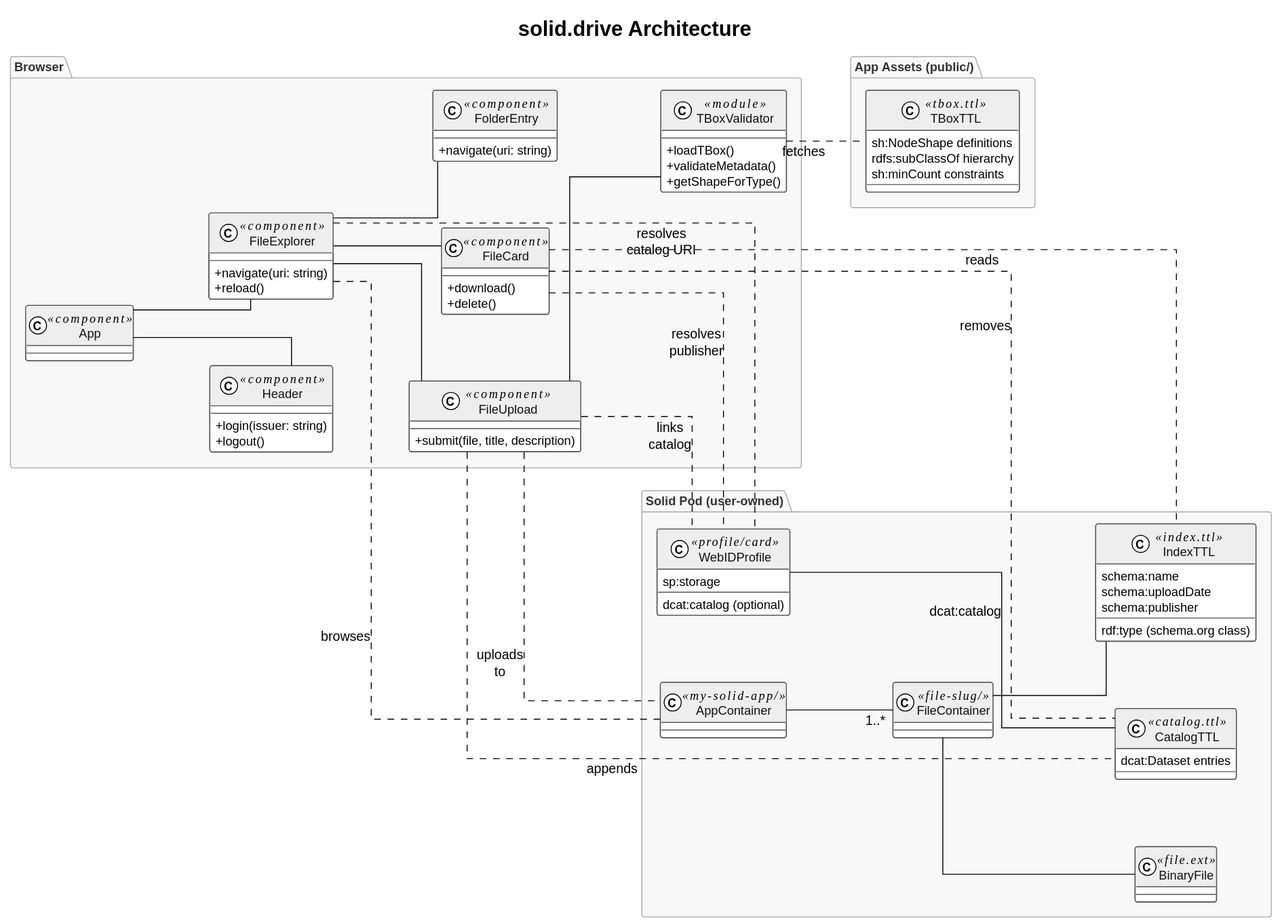
Earlier version of the PlantUML export docs/architecture.svg (WSE-research/Solid.Drive). Source of this version:
```plantuml
@startuml
title solid.drive Architecture

!theme plain
skinparam defaultFontName sans-serif
skinparam defaultFontSize 13
skinparam classAttributeIconSize 0
skinparam backgroundColor White
skinparam linetype ortho

skinparam class {
  BackgroundColor White
  BorderColor #555555
  FontColor #111111
  HeaderBackgroundColor #EEEEEE
}

skinparam package {
  BackgroundColor #F8F8F8
  BorderColor #AAAAAA
  FontColor #333333
  FontStyle Bold
}

skinparam arrow {
  Margin 15
  FontSize 14
}

skinparam label {
  BackgroundColor White
  FontSize 14
}

skinparam nodesep 70
skinparam ranksep 80

skinparam linetype ortho

left to right direction

package "Browser" {

  class App <<component>>

  class Header <<component>> {
    +login(issuer: string)
    +logout()
  }

  class FileExplorer <<component>> {
    +navigate(uri: string)
    +reload()
  }

  class FileUpload <<component>> {
    +submit(file, title, description)
  }

  class TBoxValidator <<module>> {
    +loadTBox()
    +validateMetadata()
    +getShapeForType()
  }

  class FileCard <<component>> {
    +download()
    +delete()
  }

  class FolderEntry <<component>> {
    +navigate(uri: string)
  }

  App -- Header
  App -- FileExplorer
  FileExplorer -- FileUpload
  FileExplorer -- FileCard
  FileExplorer -- FolderEntry
  FileUpload -- TBoxValidator
}

package "App Assets (public/)" {
  class TBoxTTL <<tbox.ttl>> {
    sh:NodeShape definitions
    rdfs:subClassOf hierarchy
    sh:minCount constraints
  }
}

package "Solid Pod (user-owned)" {

  class CatalogTTL <<catalog.ttl>> {
    dcat:Dataset entries
  }

  class AppContainer <<my-solid-app/>>

  class FileContainer <<file-slug/>>

  class IndexTTL <<index.ttl>> {
    rdf:type (schema.org class)
    schema:name
    schema:uploadDate
    schema:publisher
  }

  class BinaryFile <<file.ext>>

  class WebIDProfile <<profile/card>> {
    sp:storage
    dcat:catalog (optional)
  }
}
  AppContainer -- "1..*" FileContainer
  FileContainer -- IndexTTL
  FileContainer -- BinaryFile
  WebIDProfile --- CatalogTTL : dcat:catalog

TBoxValidator .. TBoxTTL        : fetches

FileUpload .. CatalogTTL        : appends
FileUpload .. AppContainer      : uploads\nto
FileUpload .. WebIDProfile      : links\ncatalog

FileCard .. IndexTTL            : reads
FileCard .. CatalogTTL          : removes
FileCard .down. WebIDProfile   : resolves\npublisher

FileExplorer .. AppContainer    : browses
FileExplorer .down. WebIDProfile    : resolves\ncatalog URI
@enduml
```
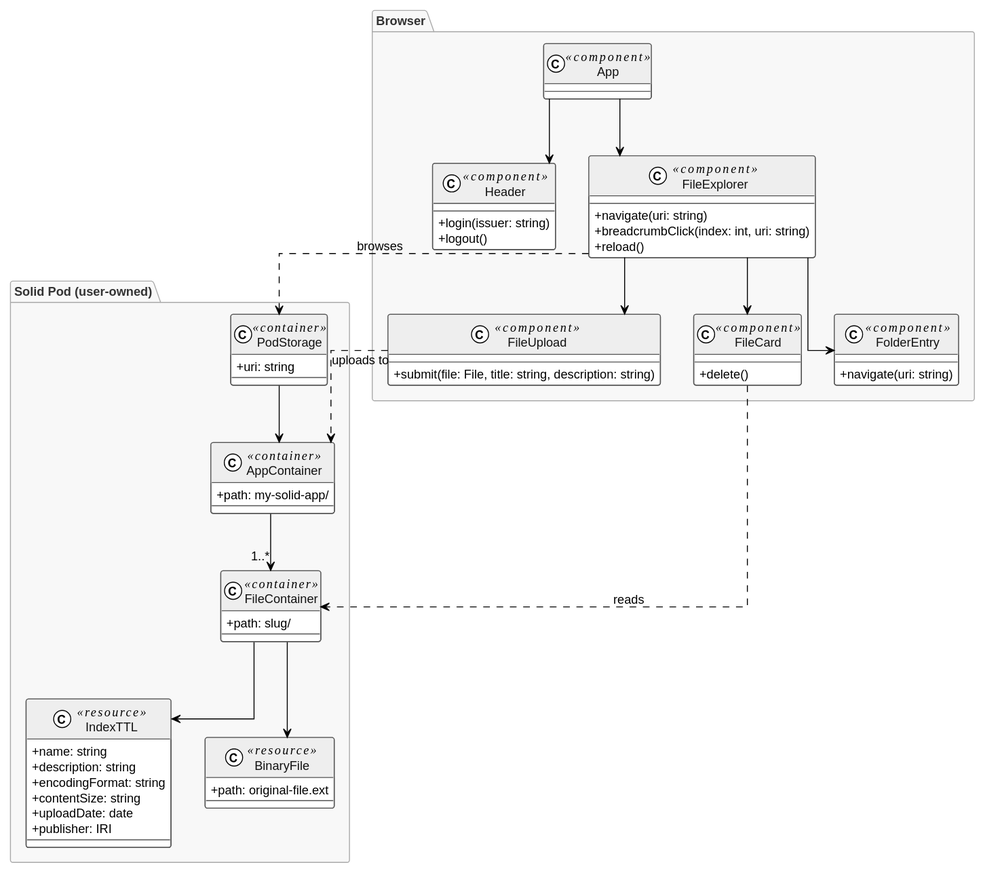
After the commit.

The edit, as a diff of the source:
```diff
@@ -1,12 +1,9 @@
 @startuml
-title solid.drive Architecture
-
 !theme plain
 skinparam defaultFontName sans-serif
 skinparam defaultFontSize 13
+skinparam linetype ortho
 skinparam classAttributeIconSize 0
-skinparam backgroundColor White
-skinparam linetype ortho
 
 skinparam class {
   BackgroundColor White
@@ -22,26 +19,15 @@
   FontStyle Bold
 }
 
-skinparam arrow {
-  Margin 15
-  FontSize 14
+skinparam note {
+  BackgroundColor #FFFFF0
+  BorderColor #AAAAAA
 }
-
-skinparam label {
-  BackgroundColor White
-  FontSize 14
-}
-
-skinparam nodesep 70
-skinparam ranksep 80
-
-skinparam linetype ortho
-
-left to right direction
 
 package "Browser" {
 
-  class App <<component>>
+  class App <<component>> {
+  }
 
   class Header <<component>> {
     +login(issuer: string)
@@ -50,21 +36,15 @@
 
   class FileExplorer <<component>> {
     +navigate(uri: string)
+    +breadcrumbClick(index: int, uri: string)
     +reload()
   }
 
   class FileUpload <<component>> {
-    +submit(file, title, description)
-  }
-
-  class TBoxValidator <<module>> {
-    +loadTBox()
-    +validateMetadata()
-    +getShapeForType()
+    +submit(file: File, title: string, description: string)
   }
 
   class FileCard <<component>> {
-    +download()
     +delete()
   }
 
@@ -72,61 +52,47 @@
     +navigate(uri: string)
   }
 
-  App -- Header
-  App -- FileExplorer
-  FileExplorer -- FileUpload
-  FileExplorer -- FileCard
-  FileExplorer -- FolderEntry
-  FileUpload -- TBoxValidator
-}
-
-package "App Assets (public/)" {
-  class TBoxTTL <<tbox.ttl>> {
-    sh:NodeShape definitions
-    rdfs:subClassOf hierarchy
-    sh:minCount constraints
-  }
+  App --> Header
+  App --> FileExplorer
+  FileExplorer --> FileUpload
+  FileExplorer --> FileCard
+  FileExplorer --> FolderEntry
 }
 
 package "Solid Pod (user-owned)" {
 
-  class CatalogTTL <<catalog.ttl>> {
-    dcat:Dataset entries
+  class PodStorage <<container>> {
+    +uri: string
   }
 
-  class AppContainer <<my-solid-app/>>
-
-  class FileContainer <<file-slug/>>
-
-  class IndexTTL <<index.ttl>> {
-    rdf:type (schema.org class)
-    schema:name
-    schema:uploadDate
-    schema:publisher
+  class AppContainer <<container>> {
+    +path: my-solid-app/
   }
 
-  class BinaryFile <<file.ext>>
+  class FileContainer <<container>> {
+    +path: slug/
+  }
 
-  class WebIDProfile <<profile/card>> {
-    sp:storage
-    dcat:catalog (optional)
+  class IndexTTL <<resource>> {
+    +name: string
+    +description: string
+    +encodingFormat: string
+    +contentSize: string
+    +uploadDate: date
+    +publisher: IRI
   }
+
+  class BinaryFile <<resource>> {
+    +path: original-file.ext
+  }
+
+  PodStorage --> AppContainer
+  AppContainer --> "1..*" FileContainer
+  FileContainer --> IndexTTL
+  FileContainer --> BinaryFile
 }
-  AppContainer -- "1..*" FileContainer
-  FileContainer -- IndexTTL
-  FileContainer -- BinaryFile
-  WebIDProfile --- CatalogTTL : dcat:catalog
 
-TBoxValidator .. TBoxTTL        : fetches
-
-FileUpload .. CatalogTTL        : appends
-FileUpload .. AppContainer      : uploads\nto
-FileUpload .. WebIDProfile      : links\ncatalog
-
-FileCard .. IndexTTL            : reads
-FileCard .. CatalogTTL          : removes
-FileCard .down. WebIDProfile   : resolves\npublisher
-
-FileExplorer .. AppContainer    : browses
-FileExplorer .down. WebIDProfile    : resolves\ncatalog URI
+FileExplorer ..> PodStorage : browses
+FileUpload ..> AppContainer : uploads to
+FileCard ..> FileContainer : reads
 @enduml
```
